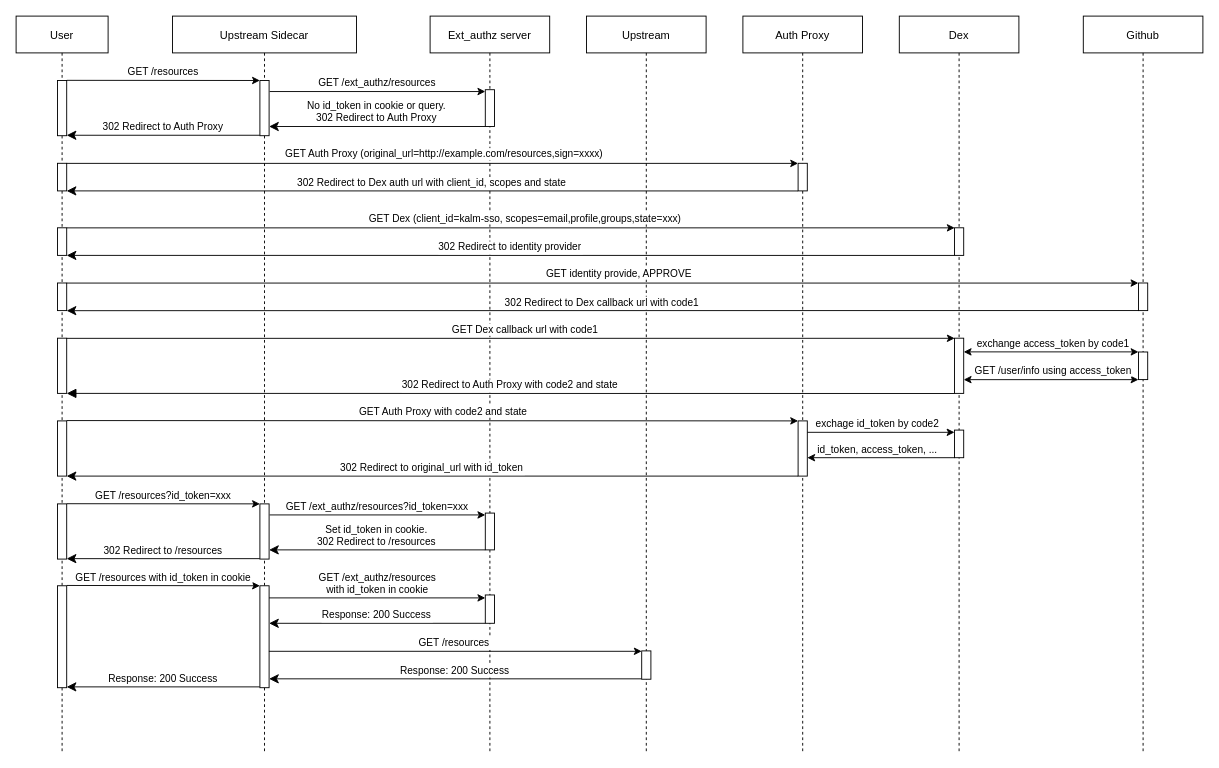
Above: sso-oidc-flow.drawio in davidqhr/diagrams-storage (draw.io), before the change. Source tidied: cells renumbered, new cells numbered last; positions are measured from the earlier drawing's top-left corner, leaving out a move shared by most shapes. Both pictures are drawn from the tidied source at 92%, with x=0, y=0 at pixel (16, 16).
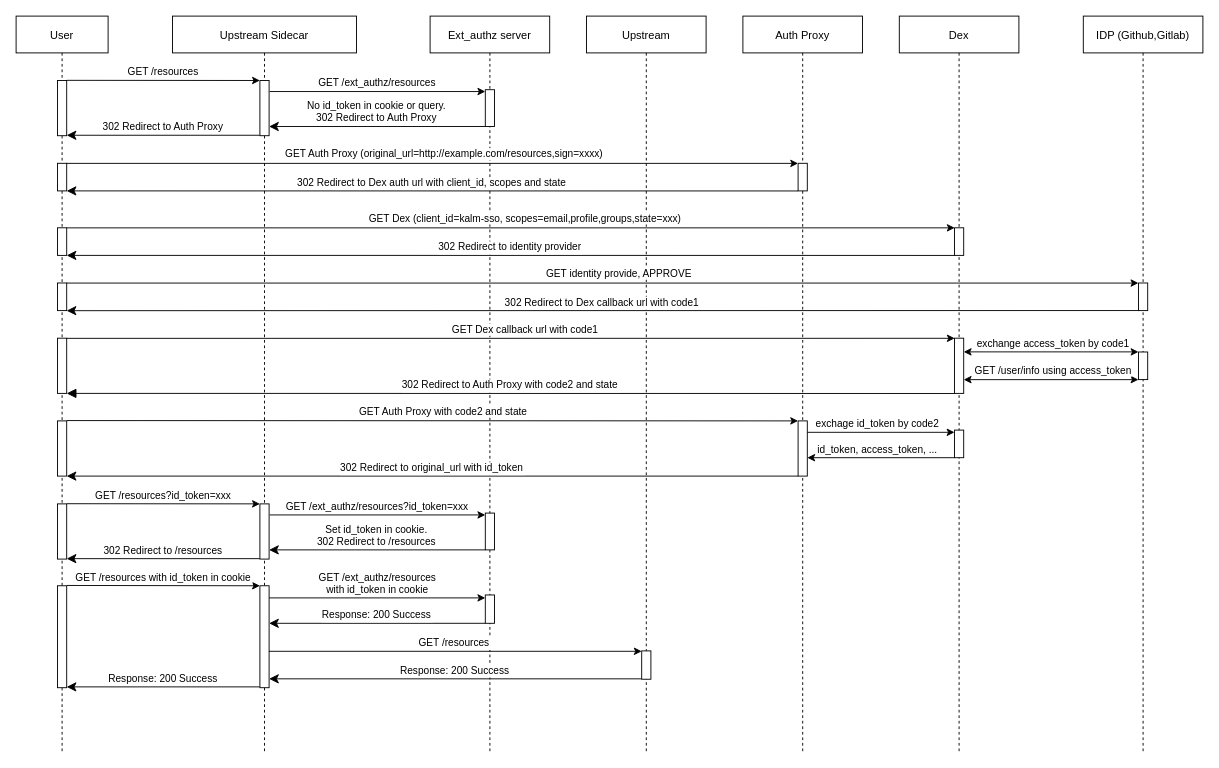
The same diagram, later.

Diff of the diagram source:
```diff
@@
-    <mxCell id="19" value="Github" style="shape=umlLifeline;perimeter=lifelinePerimeter;rounded=0;shadow=0;strokeWidth=1;" parent="1" vertex="1">
+    <mxCell id="19" value="IDP (Github,Gitlab)" style="shape=umlLifeline;perimeter=lifelinePerimeter;rounded=0;shadow=0;strokeWidth=1;" parent="1" vertex="1">
       <mxGeometry x="1160" width="130" height="800" as="geometry" />
     </mxCell>
```
